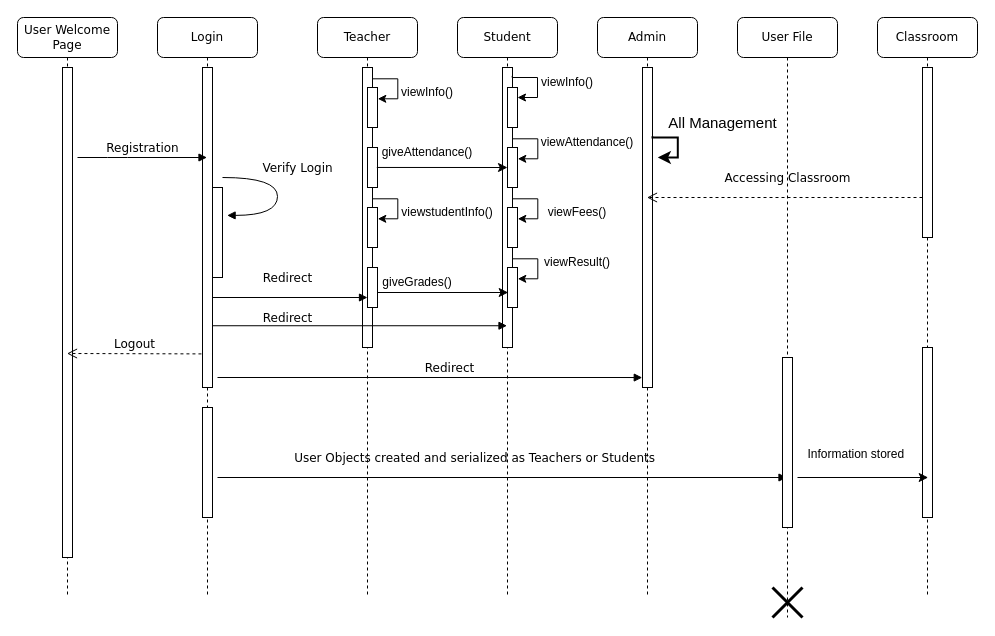
The draw.io diagram Project Design/Sequence Diagram.drawio in akifzahin/Java-School-Management-System, before the edit. Source tidied: cells renumbered, new cells numbered last; positions are measured from the earlier drawing's top-left corner, leaving out a move shared by most shapes. Both pictures are drawn from the tidied source at 100%, with x=0, y=0 at pixel (17, 17).
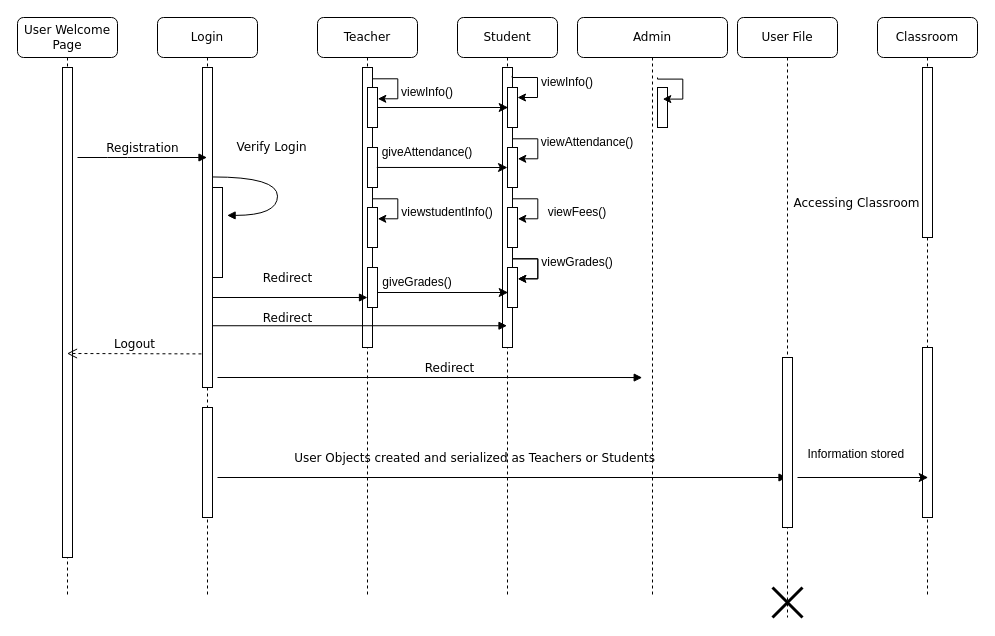
Above is the later version.

Unchanged cells that the change refers to:
```xml
<mxCell id="2" value="Login" style="shape=umlLifeline;perimeter=lifelinePerimeter;whiteSpace=wrap;html=1;outlineConnect=0;rounded=1;shadow=0;comic=0;labelBackgroundColor=none;strokeWidth=1;fontFamily=Verdana;fontSize=12;align=center;" parent="1" vertex="1">
  <mxGeometry x="140" width="100" height="580" as="geometry" />
</mxCell>
<mxCell id="3" style="html=1;points=[];perimeter=orthogonalPerimeter;rounded=0;shadow=0;comic=0;labelBackgroundColor=none;strokeWidth=1;fontFamily=Verdana;fontSize=12;align=center;" parent="2" vertex="1">
  <mxGeometry x="45" y="50" width="10" height="320" as="geometry" />
</mxCell>
<mxCell id="33" value="Classroom" style="shape=umlLifeline;perimeter=lifelinePerimeter;whiteSpace=wrap;html=1;rounded=1;shadow=0;comic=0;labelBackgroundColor=none;strokeWidth=1;fontFamily=Verdana;fontSize=12;align=center;" parent="1" vertex="1">
  <mxGeometry x="860" width="100" height="580" as="geometry" />
</mxCell>
```

What changed in the source:
```diff
@@
-    <mxCell id="4" value="Verify Login" style="html=1;verticalAlign=bottom;endArrow=block;labelBackgroundColor=none;fontFamily=Verdana;fontSize=12;elbow=vertical;edgeStyle=orthogonalEdgeStyle;curved=1;entryX=1;entryY=0.286;entryPerimeter=0;exitX=1.038;exitY=0.345;exitPerimeter=0;" parent="2" edge="1">
+    <mxCell id="4" value="Verify Login" style="html=1;verticalAlign=bottom;endArrow=block;labelBackgroundColor=none;fontFamily=Verdana;fontSize=12;elbow=vertical;edgeStyle=orthogonalEdgeStyle;curved=1;entryX=1;entryY=0.286;entryPerimeter=0;exitX=0.986;exitY=0.342;exitPerimeter=0;exitDx=0;exitDy=0;" parent="2" edge="1" source="3">
       <mxGeometry x="-0.23" y="20" relative="1" as="geometry">
-        <mxPoint x="65" y="160" as="sourcePoint" />
         <mxPoint x="69.6" y="197.9" as="targetPoint" />
         <Array as="points">
-          <mxPoint x="120" y="160" />
+          <mxPoint x="120" y="159" />
           <mxPoint x="120" y="198" />
         </Array>
       </mxGeometry>
     </mxCell>
@@
     <mxCell id="27" value="Admin" style="shape=umlLifeline;perimeter=lifelinePerimeter;whiteSpace=wrap;html=1;outlineConnect=0;rounded=1;shadow=0;comic=0;labelBackgroundColor=none;strokeWidth=1;fontFamily=Verdana;fontSize=12;align=center;" parent="1" vertex="1">
-      <mxGeometry x="580" width="100" height="580" as="geometry" />
+      <mxGeometry x="560" width="150" height="580" as="geometry" />
     </mxCell>
-    <mxCell id="28" style="html=1;points=[];perimeter=orthogonalPerimeter;rounded=0;shadow=0;comic=0;labelBackgroundColor=none;strokeWidth=1;fontFamily=Verdana;fontSize=12;align=center;" parent="27" vertex="1">
-      <mxGeometry x="45" y="50" width="10" height="320" as="geometry" />
-    </mxCell>
-    <mxCell id="29" style="edgeStyle=orthogonalEdgeStyle;rounded=0;orthogonalLoop=1;jettySize=auto;html=1;exitX=0.967;exitY=0.03;exitDx=0;exitDy=0;exitPerimeter=0;strokeWidth=2;endSize=7;startSize=7;" parent="27" edge="1">
-      <mxGeometry relative="1" as="geometry">
-        <mxPoint x="55" y="118.7" as="sourcePoint" />
-        <mxPoint x="60.3" y="140" as="targetPoint" />
-        <Array as="points">
-          <mxPoint x="55.3" y="120" />
-          <mxPoint x="80.3" y="120" />
-          <mxPoint x="80.3" y="140" />
-        </Array>
-      </mxGeometry>
-    </mxCell>
+    <mxCell id="56" style="html=1;perimeter=orthogonalPerimeter;rounded=0;shadow=0;comic=0;labelBackgroundColor=none;strokeWidth=1;fontFamily=Verdana;fontSize=12;align=center;" parent="27" vertex="1">
+      <mxGeometry x="80" y="70" width="10" height="40" as="geometry" />
+    </mxCell>
+    <mxCell id="57" style="edgeStyle=orthogonalEdgeStyle;rounded=0;orthogonalLoop=1;jettySize=auto;html=1;exitX=0.967;exitY=0.03;exitDx=0;exitDy=0;exitPerimeter=0;" parent="27" edge="1">
+      <mxGeometry relative="1" as="geometry">
+        <mxPoint x="80" y="60" as="sourcePoint" />
+        <mxPoint x="85.3" y="81.6" as="targetPoint" />
+        <Array as="points">
+          <mxPoint x="80.3" y="61.6" />
+          <mxPoint x="105.3" y="61.6" />
+          <mxPoint x="105.3" y="81.6" />
+        </Array>
+      </mxGeometry>
+    </mxCell>
@@
-    <mxCell id="36" value="Accessing Classroom" style="html=1;verticalAlign=bottom;endArrow=open;dashed=1;endSize=8;labelBackgroundColor=none;fontFamily=Verdana;fontSize=12;edgeStyle=elbowEdgeStyle;elbow=vertical;" parent="33" edge="1" target="27">
-      <mxGeometry x="-0.02" y="-10" relative="1" as="geometry">
-        <mxPoint x="45" y="180" as="sourcePoint" />
-      </mxGeometry>
-    </mxCell>
@@
-    <mxCell id="43" value="viewResult()" style="text;html=1;strokeColor=none;fillColor=none;align=center;verticalAlign=middle;whiteSpace=wrap;rounded=0;" parent="1" vertex="1">
+    <mxCell id="43" value="viewGrades()" style="text;html=1;strokeColor=none;fillColor=none;align=center;verticalAlign=middle;whiteSpace=wrap;rounded=0;" parent="1" vertex="1">
       <mxGeometry x="530" y="230" width="60" height="30" as="geometry" />
     </mxCell>
@@
-    <mxCell id="48" value="&lt;font style=&quot;font-size: 15px;&quot;&gt;All Management&lt;/font&gt;" style="text;html=1;align=center;verticalAlign=middle;strokeColor=none;fillColor=none;" parent="1" vertex="1">
-      <mxGeometry x="640" y="90" width="130" height="30" as="geometry" />
-    </mxCell>
@@
-    <mxCell id="55" value="Redirect" style="html=1;verticalAlign=bottom;endArrow=block;labelBackgroundColor=none;fontFamily=Verdana;fontSize=12;entryX=-0.023;entryY=0.969;entryDx=0;entryDy=0;entryPerimeter=0;" parent="1" edge="1" target="28">
+    <mxCell id="55" value="Redirect" style="html=1;verticalAlign=bottom;endArrow=block;labelBackgroundColor=none;fontFamily=Verdana;fontSize=12;entryX=-0.023;entryY=0.969;entryDx=0;entryDy=0;entryPerimeter=0;" parent="1" edge="1">
       <mxGeometry relative="1" as="geometry">
         <mxPoint x="200" y="360" as="sourcePoint" />
+        <mxPoint x="624.7" y="360.1" as="targetPoint" />
         <Array as="points">
           <mxPoint x="620" y="360" />
           <mxPoint x="610" y="360" />
           <mxPoint x="600" y="360" />
         </Array>
       </mxGeometry>
     </mxCell>
+    <mxCell id="58" style="endArrow=classic;html=1;rounded=0;fontSize=15;startSize=7;endSize=7;strokeWidth=1;exitX=0.933;exitY=0.499;exitDx=0;exitDy=0;exitPerimeter=0;" parent="1" edge="1">
+      <mxGeometry relative="1" as="geometry">
+        <mxPoint x="360" y="90" as="sourcePoint" />
+        <mxPoint x="490.7" y="90" as="targetPoint" />
+      </mxGeometry>
+    </mxCell>
+    <mxCell id="36" value="Accessing Classroom" style="html=1;verticalAlign=bottom;endArrow=open;dashed=1;endSize=8;labelBackgroundColor=none;fontFamily=Verdana;fontSize=12;edgeStyle=elbowEdgeStyle;elbow=vertical;startArrow=none;" parent="1" edge="1" target="27">
+      <mxGeometry x="-0.24" y="-205" relative="1" as="geometry">
+        <mxPoint x="635" y="195" as="sourcePoint" />
+        <mxPoint x="204" y="205" as="offset" />
+      </mxGeometry>
+    </mxCell>
+    <mxCell id="59" style="edgeStyle=orthogonalEdgeStyle;rounded=0;orthogonalLoop=1;jettySize=auto;html=1;exitX=0.967;exitY=0.03;exitDx=0;exitDy=0;exitPerimeter=0;" parent="1" edge="1">
+      <mxGeometry relative="1" as="geometry">
+        <mxPoint x="495" y="240" as="sourcePoint" />
+        <mxPoint x="500.3" y="261.3" as="targetPoint" />
+        <Array as="points">
+          <mxPoint x="495.3" y="241.3" />
+          <mxPoint x="520.3" y="241.3" />
+          <mxPoint x="520.3" y="261.3" />
+        </Array>
+      </mxGeometry>
+    </mxCell>
```
